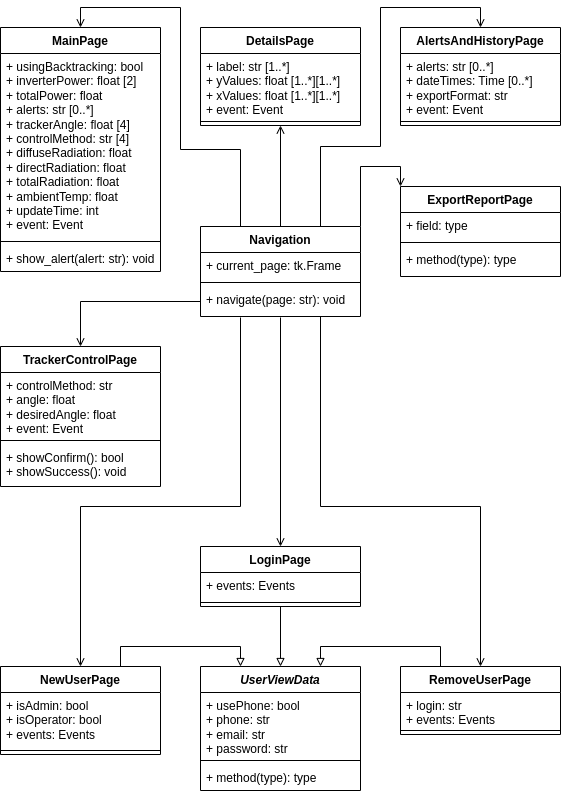
This is diagrama de classes - view.drawio.png from jaedson-barbosa/supervisorio-solar-ufpb-docs, a draw.io export, as it was before one commit. Source tidied: cells renumbered, new cells last; positions are measured from the earlier drawing's top-left corner, leaving out a move shared by most shapes.
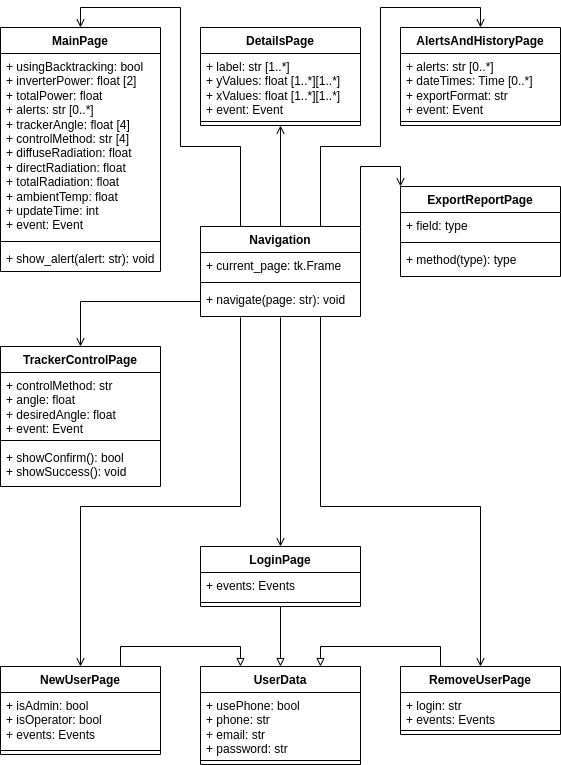
The same diagram one commit later.

What changed in the source:
```diff
@@ -5,8 +5,8 @@
     <mxCell id="2" style="edgeStyle=orthogonalEdgeStyle;rounded=0;jettySize=auto;html=1;exitX=0.25;exitY=0;exitDx=0;exitDy=0;entryX=0.5;entryY=0;entryDx=0;entryDy=0;endArrow=open;endFill=0;" parent="1" edge="1" source="6" target="23">
       <mxGeometry relative="1" as="geometry">
         <Array as="points">
-          <mxPoint x="240" y="142" />
-          <mxPoint x="180" y="142" />
+          <mxPoint x="240" y="139" />
+          <mxPoint x="180" y="139" />
           <mxPoint x="180" />
           <mxPoint x="80" />
         </Array>
@@ -110,8 +110,8 @@
     <mxCell id="29" style="line;strokeWidth=1;fillColor=none;align=left;verticalAlign=middle;spacingTop=-1;spacingLeft=3;spacingRight=3;labelPosition=right;strokeColor=inherit;" parent="27" vertex="1">
       <mxGeometry y="90" width="160" height="8" as="geometry" />
     </mxCell>
-    <mxCell id="30" value="&lt;i&gt;UserViewData&lt;/i&gt;" style="swimlane;fontStyle=1;align=center;verticalAlign=top;horizontal=1;startSize=26;whiteSpace=wrap;html=1;" parent="1" vertex="1">
-      <mxGeometry x="200" y="659" width="160" height="124" as="geometry" />
+    <mxCell id="30" value="UserData" style="swimlane;fontStyle=1;align=center;verticalAlign=top;horizontal=1;startSize=26;whiteSpace=wrap;html=1;" parent="1" vertex="1">
+      <mxGeometry x="200" y="659" width="160" height="98" as="geometry" />
     </mxCell>
     <mxCell id="31" value="+ usePhone: bool&lt;br style=&quot;border-color: var(--border-color);&quot;&gt;+ phone: str&lt;br style=&quot;border-color: var(--border-color);&quot;&gt;+ email: str&lt;br style=&quot;border-color: var(--border-color);&quot;&gt;+ password: str" style="text;strokeColor=none;fillColor=none;align=left;verticalAlign=top;spacingLeft=4;spacingRight=4;overflow=hidden;whiteSpace=wrap;html=1;" parent="30" vertex="1">
       <mxGeometry y="26" width="160" height="64" as="geometry" />
@@ -119,9 +119,6 @@
     <mxCell id="32" style="line;strokeWidth=1;fillColor=none;align=left;verticalAlign=middle;spacingTop=-1;spacingLeft=3;spacingRight=3;labelPosition=right;strokeColor=inherit;" parent="30" vertex="1">
       <mxGeometry y="90" width="160" height="8" as="geometry" />
     </mxCell>
-    <mxCell id="33" value="+ method(type): type" style="text;strokeColor=none;fillColor=none;align=left;verticalAlign=top;spacingLeft=4;spacingRight=4;overflow=hidden;whiteSpace=wrap;html=1;" parent="30" vertex="1">
-      <mxGeometry y="98" width="160" height="26" as="geometry" />
-    </mxCell>
     <mxCell id="34" value="ExportReportPage" style="swimlane;fontStyle=1;align=center;verticalAlign=top;horizontal=1;startSize=26;whiteSpace=wrap;html=1;" parent="1" vertex="1">
       <mxGeometry x="400" y="179" width="160" height="90" as="geometry" />
     </mxCell>
```
